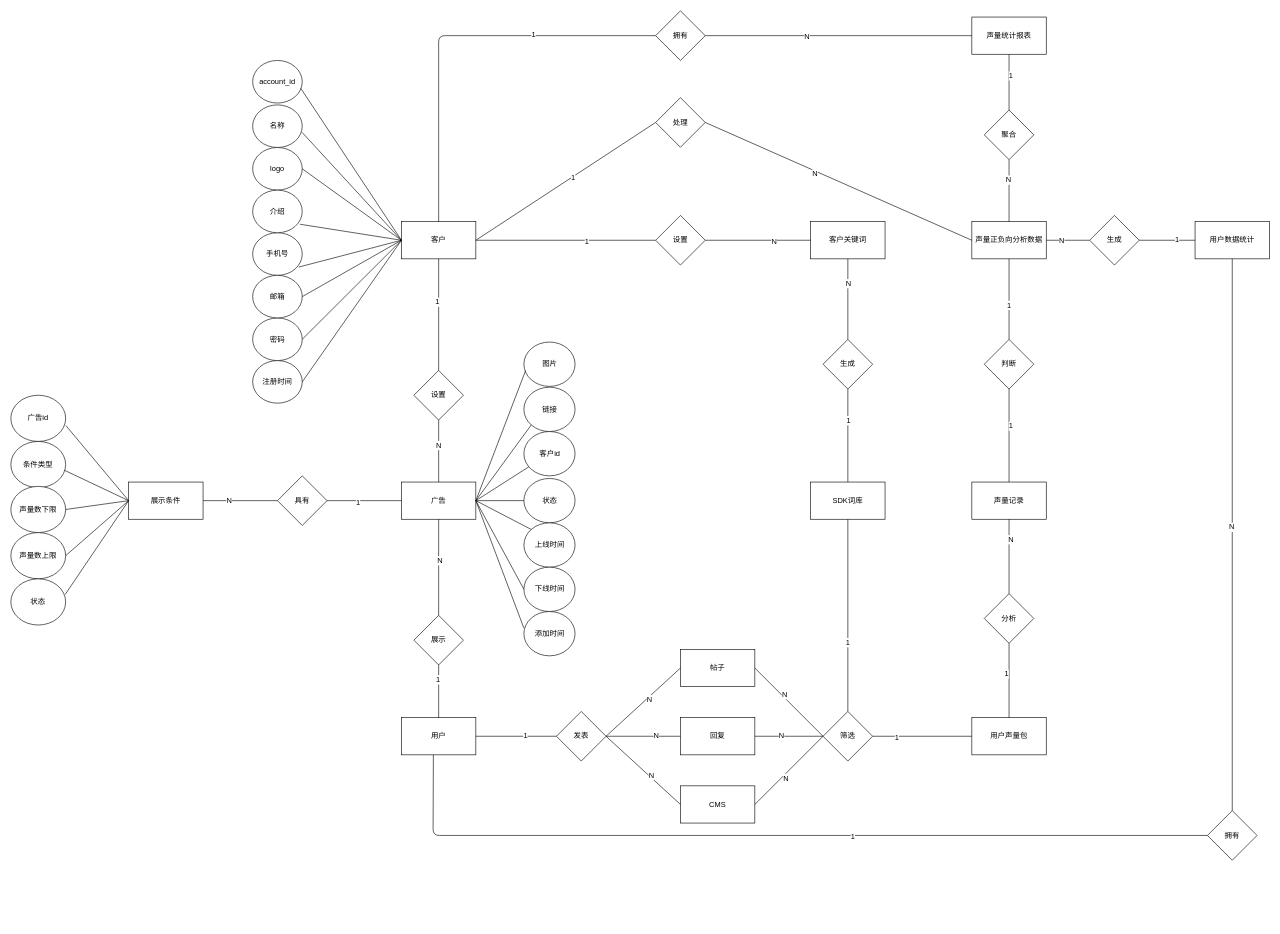
gfwinerme/drawio_shengliang keeps this draw.io diagram as ER.drawio. Above is the earlier version. Source tidied: cells renumbered, new cells numbered last; positions are measured from the earlier drawing's top-left corner, leaving out a move shared by most shapes. Both pictures are drawn from the tidied source at 62%, with x=0, y=0 at pixel (11, 11).
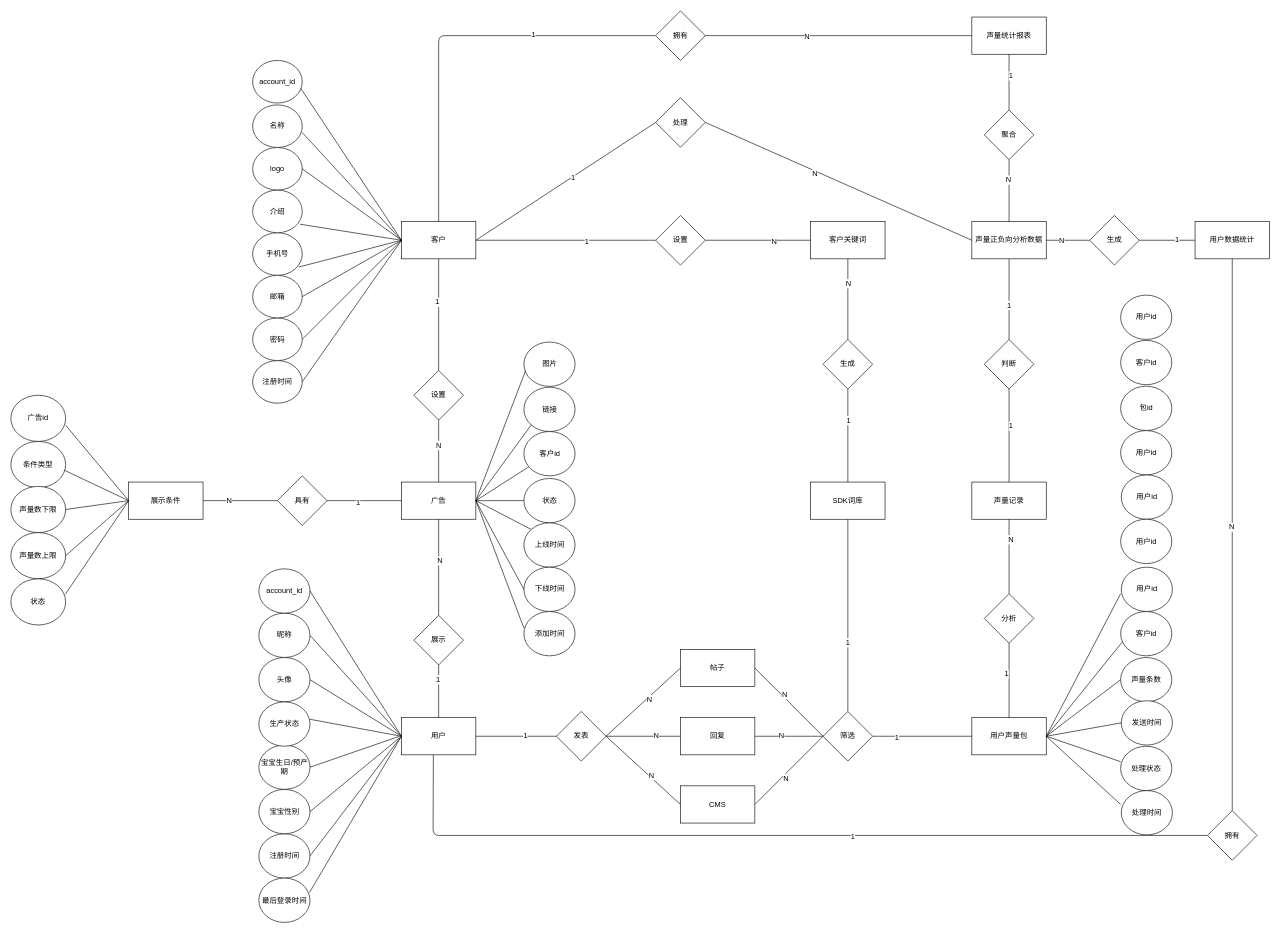
The same diagram, later.

Unchanged cells that the change refers to:
```xml
<mxCell id="14" value="用户" style="rounded=0;whiteSpace=wrap;html=1;" parent="1" vertex="1">
  <mxGeometry x="630" y="1140" width="120" height="60" as="geometry" />
</mxCell>
<mxCell id="23" value="用户声量包" style="rounded=0;whiteSpace=wrap;html=1;" parent="1" vertex="1">
  <mxGeometry x="1550" y="1140" width="120" height="60" as="geometry" />
</mxCell>
```

Change to the diagram source:
```diff
@@
+    <mxCell id="137" value="昵称" style="ellipse;whiteSpace=wrap;html=1;" parent="1" vertex="1">
+      <mxGeometry x="400" y="971.5" width="82.5" height="71.5" as="geometry" />
+    </mxCell>
+    <mxCell id="138" value="头像" style="ellipse;whiteSpace=wrap;html=1;" parent="1" vertex="1">
+      <mxGeometry x="400" y="1043" width="82.5" height="71.5" as="geometry" />
+    </mxCell>
+    <mxCell id="139" value="account_id" style="ellipse;whiteSpace=wrap;html=1;" parent="1" vertex="1">
+      <mxGeometry x="400" y="900" width="82.5" height="71.5" as="geometry" />
+    </mxCell>
+    <mxCell id="140" value="宝宝生日/预产期" style="ellipse;whiteSpace=wrap;html=1;" parent="1" vertex="1">
+      <mxGeometry x="400" y="1184.2" width="82.5" height="71.5" as="geometry" />
+    </mxCell>
+    <mxCell id="141" value="生产状态" style="ellipse;whiteSpace=wrap;html=1;" parent="1" vertex="1">
+      <mxGeometry x="400" y="1114.6" width="82.5" height="71.5" as="geometry" />
+    </mxCell>
+    <mxCell id="142" value="注册时间" style="ellipse;whiteSpace=wrap;html=1;" parent="1" vertex="1">
+      <mxGeometry x="400" y="1327.3" width="82.5" height="71.5" as="geometry" />
+    </mxCell>
+    <mxCell id="143" value="宝宝性别" style="ellipse;whiteSpace=wrap;html=1;" parent="1" vertex="1">
+      <mxGeometry x="400" y="1255.8" width="82.5" height="71.5" as="geometry" />
+    </mxCell>
+    <mxCell id="144" value="最后登录时间" style="ellipse;whiteSpace=wrap;html=1;" parent="1" vertex="1">
+      <mxGeometry x="400" y="1398.8" width="82.5" height="71.5" as="geometry" />
+    </mxCell>
+    <mxCell id="145" style="endArrow=none;html=1;exitX=1;exitY=0.5;exitDx=0;exitDy=0;entryX=0;entryY=0.5;entryDx=0;entryDy=0;" parent="1" edge="1" source="137" target="14">
+      <mxGeometry relative="1" as="geometry" />
+    </mxCell>
+    <mxCell id="146" style="endArrow=none;html=1;entryX=0;entryY=0.5;entryDx=0;entryDy=0;exitX=1;exitY=0.5;exitDx=0;exitDy=0;" parent="1" edge="1" source="139" target="14">
+      <mxGeometry relative="1" as="geometry" />
+    </mxCell>
+    <mxCell id="147" style="endArrow=none;html=1;exitX=1;exitY=0.5;exitDx=0;exitDy=0;" parent="1" edge="1" source="138">
+      <mxGeometry relative="1" as="geometry">
+        <mxPoint x="630" y="1170" as="targetPoint" />
+      </mxGeometry>
+    </mxCell>
+    <mxCell id="148" style="endArrow=none;html=1;exitX=1;exitY=0.5;exitDx=0;exitDy=0;" parent="1" edge="1" source="142">
+      <mxGeometry relative="1" as="geometry">
+        <mxPoint x="630" y="1170" as="targetPoint" />
+      </mxGeometry>
+    </mxCell>
+    <mxCell id="149" style="endArrow=none;html=1;exitX=1;exitY=0.5;exitDx=0;exitDy=0;entryX=0;entryY=0.5;entryDx=0;entryDy=0;" parent="1" edge="1" source="143" target="14">
+      <mxGeometry relative="1" as="geometry" />
+    </mxCell>
+    <mxCell id="150" style="endArrow=none;html=1;exitX=1;exitY=0.5;exitDx=0;exitDy=0;" parent="1" edge="1" source="140">
+      <mxGeometry relative="1" as="geometry">
+        <mxPoint x="627" y="1170" as="targetPoint" />
+      </mxGeometry>
+    </mxCell>
+    <mxCell id="151" style="endArrow=none;html=1;exitX=0.994;exitY=0.391;exitDx=0;exitDy=0;exitPerimeter=0;" parent="1" edge="1" source="141">
+      <mxGeometry relative="1" as="geometry">
+        <mxPoint x="630" y="1170" as="targetPoint" />
+      </mxGeometry>
+    </mxCell>
+    <mxCell id="152" style="endArrow=none;html=1;exitX=0.994;exitY=0.318;exitDx=0;exitDy=0;exitPerimeter=0;" parent="1" edge="1" source="144">
+      <mxGeometry relative="1" as="geometry">
+        <mxPoint x="630" y="1170" as="targetPoint" />
+      </mxGeometry>
+    </mxCell>
+    <mxCell id="153" value="客户id" style="ellipse;whiteSpace=wrap;html=1;" parent="1" vertex="1">
+      <mxGeometry x="1790" y="968.8" width="82.5" height="71.5" as="geometry" />
+    </mxCell>
+    <mxCell id="154" value="用户id" style="ellipse;whiteSpace=wrap;html=1;" parent="1" vertex="1">
+      <mxGeometry x="1791" y="897.3" width="82.5" height="71.5" as="geometry" />
+    </mxCell>
+    <mxCell id="155" value="处理时间" style="ellipse;whiteSpace=wrap;html=1;" parent="1" vertex="1">
+      <mxGeometry x="1791" y="1257.6" width="82.5" height="71.5" as="geometry" />
+    </mxCell>
+    <mxCell id="156" value="声量条数" style="ellipse;whiteSpace=wrap;html=1;" parent="1" vertex="1">
+      <mxGeometry x="1790" y="1043" width="82.5" height="71.5" as="geometry" />
+    </mxCell>
+    <mxCell id="157" value="处理状态" style="ellipse;whiteSpace=wrap;html=1;" parent="1" vertex="1">
+      <mxGeometry x="1790" y="1186.1" width="82.5" height="71.5" as="geometry" />
+    </mxCell>
+    <mxCell id="158" value="发送时间" style="ellipse;whiteSpace=wrap;html=1;" parent="1" vertex="1">
+      <mxGeometry x="1791" y="1112.7" width="82.5" height="71.5" as="geometry" />
+    </mxCell>
+    <mxCell id="159" style="endArrow=none;html=1;entryX=-0.012;entryY=0.597;entryDx=0;entryDy=0;entryPerimeter=0;exitX=1;exitY=0.5;exitDx=0;exitDy=0;" parent="1" edge="1" source="23" target="154">
+      <mxGeometry relative="1" as="geometry" />
+    </mxCell>
+    <mxCell id="160" style="endArrow=none;html=1;entryX=0.036;entryY=0.681;entryDx=0;entryDy=0;entryPerimeter=0;exitX=1;exitY=0.5;exitDx=0;exitDy=0;" parent="1" edge="1" source="23" target="153">
+      <mxGeometry relative="1" as="geometry" />
+    </mxCell>
+    <mxCell id="161" style="endArrow=none;html=1;entryX=0;entryY=0.5;entryDx=0;entryDy=0;exitX=1;exitY=0.5;exitDx=0;exitDy=0;" parent="1" edge="1" source="23" target="156">
+      <mxGeometry relative="1" as="geometry" />
+    </mxCell>
+    <mxCell id="162" style="endArrow=none;html=1;entryX=0;entryY=0.5;entryDx=0;entryDy=0;exitX=1;exitY=0.5;exitDx=0;exitDy=0;" parent="1" edge="1" source="23" target="158">
+      <mxGeometry relative="1" as="geometry" />
+    </mxCell>
+    <mxCell id="163" style="endArrow=none;html=1;entryX=0;entryY=0.349;entryDx=0;entryDy=0;entryPerimeter=0;" parent="1" edge="1" target="157">
+      <mxGeometry relative="1" as="geometry">
+        <mxPoint x="1670" y="1170" as="sourcePoint" />
+      </mxGeometry>
+    </mxCell>
+    <mxCell id="164" style="endArrow=none;html=1;exitX=1;exitY=0.5;exitDx=0;exitDy=0;" parent="1" edge="1" source="23">
+      <mxGeometry relative="1" as="geometry">
+        <mxPoint x="1790" y="1280" as="targetPoint" />
+      </mxGeometry>
+    </mxCell>
+    <mxCell id="165" value="用户id" style="ellipse;whiteSpace=wrap;html=1;" parent="1" vertex="1">
+      <mxGeometry x="1790" y="458.5" width="82.5" height="71.5" as="geometry" />
+    </mxCell>
+    <mxCell id="166" value="客户id" style="ellipse;whiteSpace=wrap;html=1;" parent="1" vertex="1">
+      <mxGeometry x="1790" y="531.5" width="82.5" height="71.5" as="geometry" />
+    </mxCell>
+    <mxCell id="167" value="包id" style="ellipse;whiteSpace=wrap;html=1;" parent="1" vertex="1">
+      <mxGeometry x="1790" y="605.4" width="82.5" height="71.5" as="geometry" />
+    </mxCell>
+    <mxCell id="168" value="用户id" style="ellipse;whiteSpace=wrap;html=1;" parent="1" vertex="1">
+      <mxGeometry x="1790" y="677" width="82.5" height="71.5" as="geometry" />
+    </mxCell>
+    <mxCell id="169" value="用户id" style="ellipse;whiteSpace=wrap;html=1;" parent="1" vertex="1">
+      <mxGeometry x="1791" y="748.5" width="82.5" height="71.5" as="geometry" />
+    </mxCell>
+    <mxCell id="170" value="用户id" style="ellipse;whiteSpace=wrap;html=1;" parent="1" vertex="1">
+      <mxGeometry x="1790" y="820" width="82.5" height="71.5" as="geometry" />
+    </mxCell>
```
